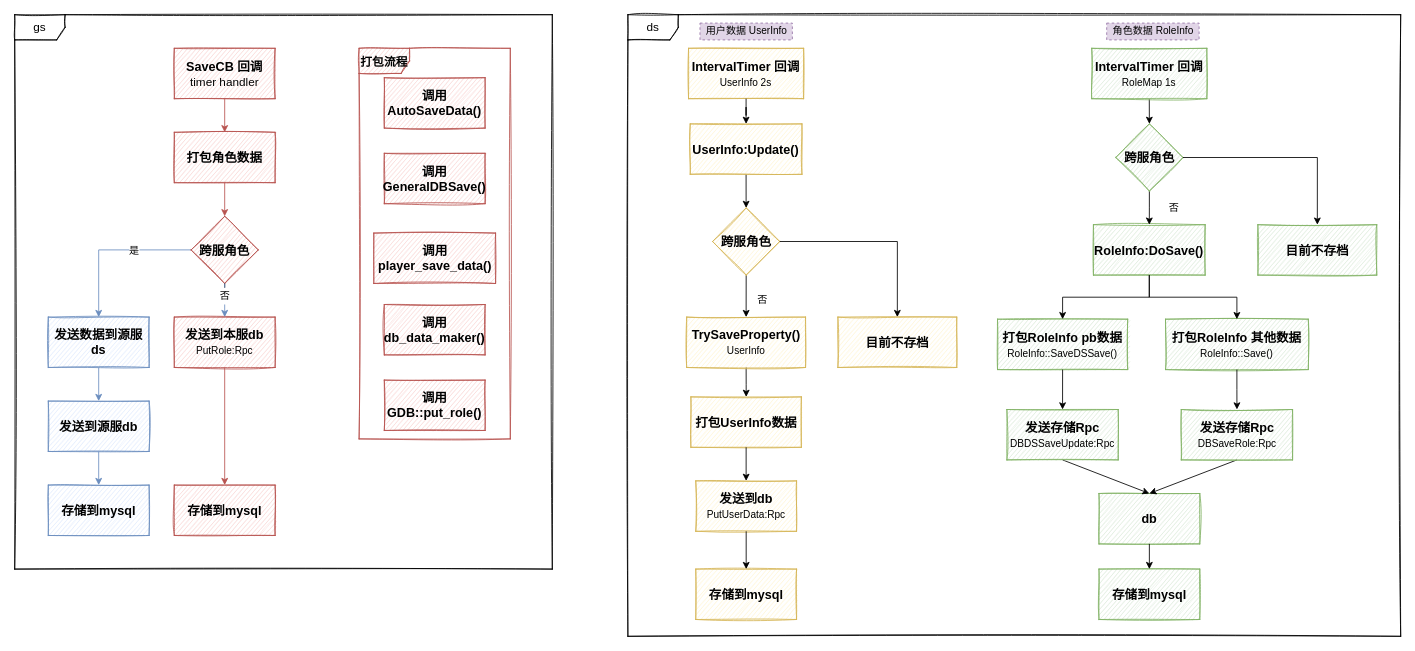
Above: page "数据存储过程" (12 of 13) of i-server.drawio in hsoul/lqua (draw.io), before the change. Source tidied: cells renumbered, new cells numbered last; positions are measured from the earlier drawing's top-left corner, leaving out a move shared by most shapes. Both pictures are drawn from the tidied source at 84%, with x=0, y=0 at pixel (14, 14).
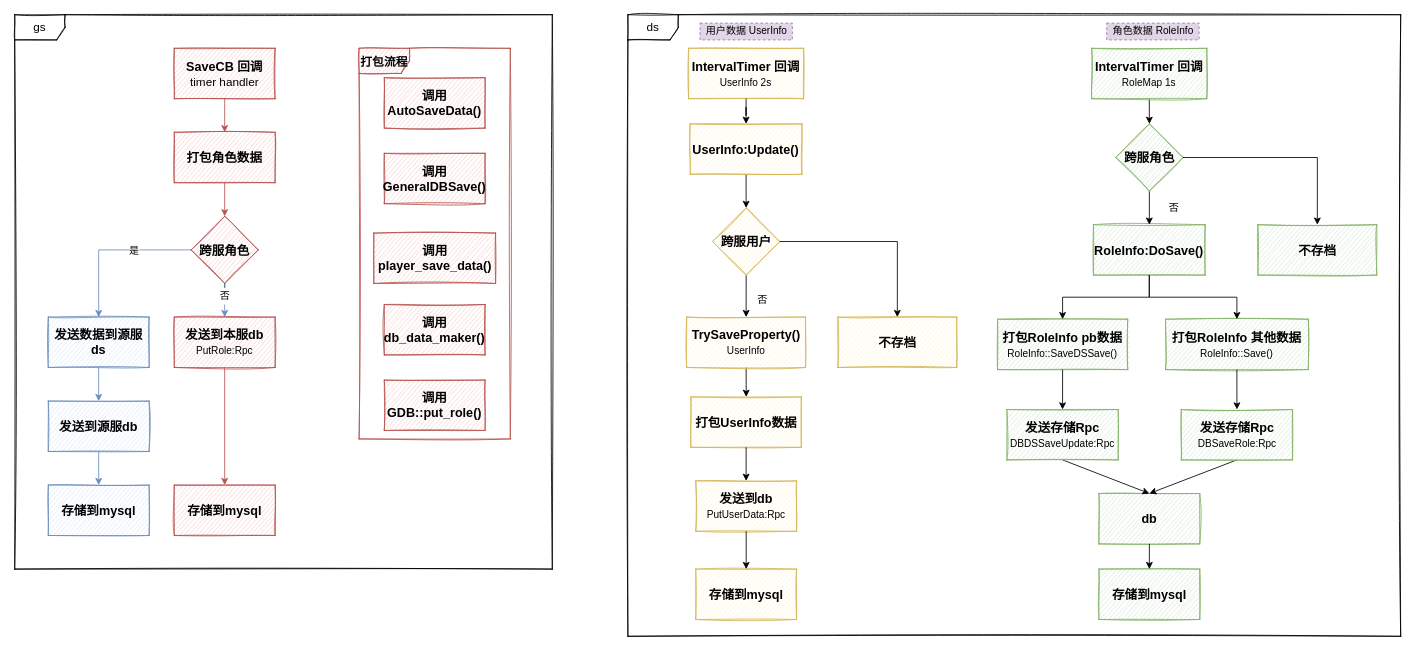
The same page after the edit.

Unchanged cells that the change refers to:
```xml
<mxCell id="51" style="group;sketch=0;" parent="1" vertex="1">
  <mxGeometry x="800" y="40" width="141.5" height="570" as="geometry" />
</mxCell>
```

Diff of the diagram source:
```diff
@@
-    <mxCell id="63" value="跨服角色" style="rhombus;whiteSpace=wrap;html=1;strokeColor=#d6b656;fontSize=15;fontStyle=1;sketch=1;fillColor=#fff2cc;" parent="51" vertex="1">
+    <mxCell id="63" value="跨服用户" style="rhombus;whiteSpace=wrap;html=1;strokeColor=#d6b656;fontSize=15;fontStyle=1;sketch=1;fillColor=#fff2cc;" parent="51" vertex="1">
       <mxGeometry x="30.8" y="190" width="80" height="80" as="geometry" />
     </mxCell>
@@
-    <mxCell id="68" value="目前不存档" style="rounded=0;whiteSpace=wrap;html=1;fontSize=15;fontStyle=1;sketch=1;fillColor=#fff2cc;strokeColor=#d6b656;" parent="1" vertex="1">
+    <mxCell id="68" value="不存档" style="rounded=0;whiteSpace=wrap;html=1;fontSize=15;fontStyle=1;sketch=1;fillColor=#fff2cc;strokeColor=#d6b656;" parent="1" vertex="1">
       <mxGeometry x="980" y="360" width="141.5" height="60" as="geometry" />
     </mxCell>
@@
-    <mxCell id="72" value="目前不存档" style="rounded=0;whiteSpace=wrap;html=1;fontSize=15;fontStyle=1;sketch=1;fillColor=#d5e8d4;strokeColor=#82b366;" parent="1" vertex="1">
+    <mxCell id="72" value="不存档" style="rounded=0;whiteSpace=wrap;html=1;fontSize=15;fontStyle=1;sketch=1;fillColor=#d5e8d4;strokeColor=#82b366;" parent="1" vertex="1">
       <mxGeometry x="1480" y="250" width="141.5" height="60" as="geometry" />
     </mxCell>
```
